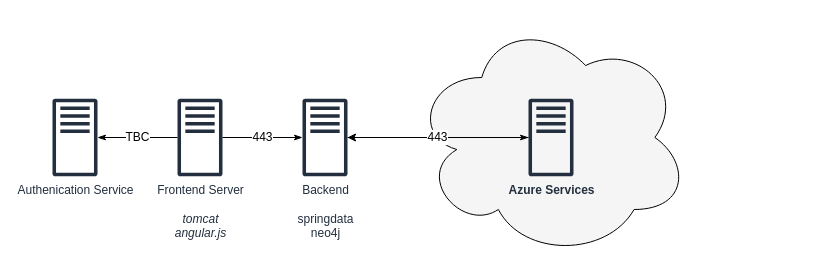
Before: page "Infra" (16 of 17) of images/COVID19.Catalogue.drawio in ThatDaveStevens/covid19CatalogServices, a draw.io diagram. Source tidied: cells renumbered, new cells numbered last; positions are measured from the earlier drawing's top-left corner, leaving out a move shared by most shapes. Both pictures are drawn from the tidied source at 100%, with x=0, y=0 at pixel (52, 17).
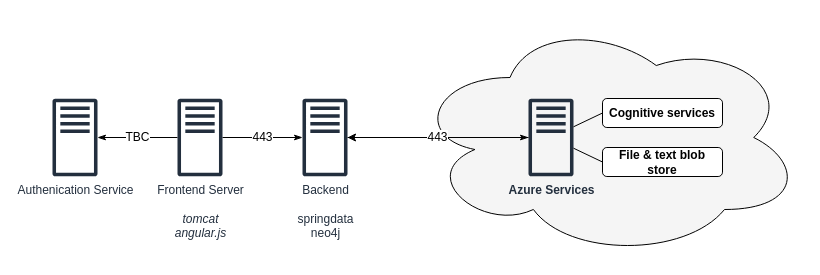
After the change.

Diff of the diagram source:
```diff
@@
 <mxGraphModel>
   <root>
     <mxCell id="0" />
     <mxCell id="1" parent="0" />
     <mxCell id="2" style="ellipse;shape=cloud;whiteSpace=wrap;html=1;strokeColor=#000000;fillColor=#F5F5F5;fontSize=12;align=center;" parent="1" vertex="1">
-      <mxGeometry x="360" width="277" height="240" as="geometry" />
+      <mxGeometry x="360" width="390" height="240" as="geometry" />
     </mxCell>
     <mxCell id="3" value="TBC" style="edgeStyle=orthogonalEdgeStyle;rounded=0;jettySize=auto;html=1;startArrow=none;startFill=0;endArrow=classicThin;endFill=1;fontSize=12;" parent="1" edge="1" source="5" target="9">
       <mxGeometry relative="1" as="geometry" />
     </mxCell>
     <mxCell id="4" value="443" style="edgeStyle=orthogonalEdgeStyle;rounded=0;jettySize=auto;html=1;startArrow=none;startFill=0;endArrow=classicThin;endFill=1;fontSize=12;" parent="1" edge="1" source="5" target="7">
       <mxGeometry relative="1" as="geometry" />
     </mxCell>
     <mxCell id="5" value="Frontend Server&lt;br&gt;&lt;br&gt;&lt;i&gt;tomcat&lt;br&gt;angular.js&lt;/i&gt;" style="outlineConnect=0;fontColor=#232F3E;gradientColor=none;fillColor=#232F3E;strokeColor=none;dashed=0;verticalLabelPosition=bottom;verticalAlign=top;align=center;html=1;fontSize=12;fontStyle=0;shape=mxgraph.aws4.traditional_server;" parent="1" vertex="1">
       <mxGeometry x="125" y="81" width="45" height="78" as="geometry" />
     </mxCell>
     <mxCell id="6" style="edgeStyle=orthogonalEdgeStyle;rounded=0;jettySize=auto;html=1;startArrow=none;startFill=0;endArrow=classicThin;endFill=1;fontSize=12;" parent="1" edge="1" source="7" target="8">
       <mxGeometry relative="1" as="geometry" />
     </mxCell>
     <mxCell id="7" value="Backend&lt;br&gt;&lt;br&gt;springdata&lt;br&gt;neo4j" style="outlineConnect=0;fontColor=#232F3E;gradientColor=none;fillColor=#232F3E;strokeColor=none;dashed=0;verticalLabelPosition=bottom;verticalAlign=top;align=center;html=1;fontSize=12;fontStyle=0;shape=mxgraph.aws4.traditional_server;" parent="1" vertex="1">
       <mxGeometry x="250" y="81" width="45" height="78" as="geometry" />
     </mxCell>
     <mxCell id="8" value="Azure Services" style="outlineConnect=0;fontColor=#232F3E;gradientColor=none;fillColor=#232F3E;strokeColor=none;dashed=0;verticalLabelPosition=bottom;verticalAlign=top;align=center;html=1;fontSize=12;fontStyle=1;shape=mxgraph.aws4.traditional_server;" parent="1" vertex="1">
       <mxGeometry x="476" y="81" width="45" height="78" as="geometry" />
     </mxCell>
     <mxCell id="9" value="Authenication Service" style="outlineConnect=0;fontColor=#232F3E;gradientColor=none;fillColor=#232F3E;strokeColor=none;dashed=0;verticalLabelPosition=bottom;verticalAlign=top;align=center;html=1;fontSize=12;fontStyle=0;shape=mxgraph.aws4.traditional_server;horizontal=1;" parent="1" vertex="1">
       <mxGeometry y="81" width="45" height="78" as="geometry" />
     </mxCell>
     <mxCell id="10" value="443" style="endArrow=classic;html=1;fontSize=12;" parent="1" edge="1" source="8" target="7">
       <mxGeometry relative="1" as="geometry" />
     </mxCell>
+    <mxCell id="11" value="Cognitive services" style="rounded=1;whiteSpace=wrap;html=1;fillColor=#FFFFFF;fontSize=12;fontColor=#000000;fontStyle=1;" parent="1" vertex="1">
+      <mxGeometry x="550" y="81" width="120" height="29" as="geometry" />
+    </mxCell>
+    <mxCell id="12" value="File &amp;amp; text blob store" style="rounded=1;whiteSpace=wrap;html=1;fillColor=#FFFFFF;fontSize=12;fontColor=#000000;fontStyle=1;" parent="1" vertex="1">
+      <mxGeometry x="550" y="130" width="120" height="29" as="geometry" />
+    </mxCell>
+    <mxCell id="13" style="endArrow=none;html=1;fontSize=15;fontColor=#000000;entryX=0;entryY=0.5;entryDx=0;entryDy=0;" parent="1" edge="1" source="8" target="11">
+      <mxGeometry relative="1" as="geometry" />
+    </mxCell>
+    <mxCell id="14" style="endArrow=none;html=1;fontSize=15;fontColor=#000000;entryX=0;entryY=0.5;entryDx=0;entryDy=0;" parent="1" edge="1" source="8" target="12">
+      <mxGeometry relative="1" as="geometry" />
+    </mxCell>
   </root>
 </mxGraphModel>
```
